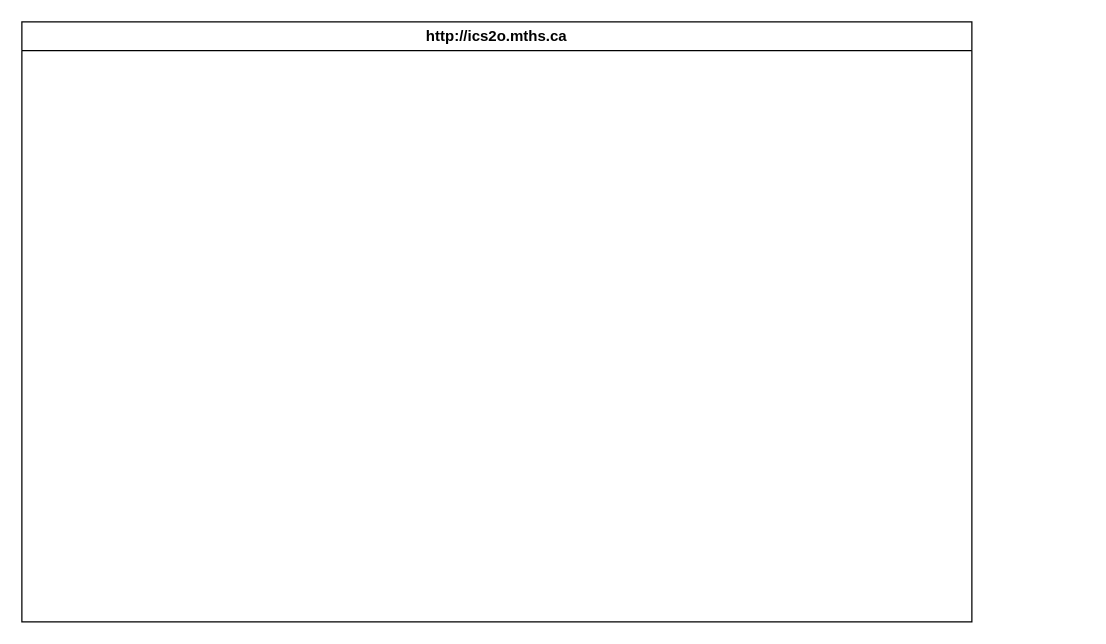
This is design/storyboard.drawio from MTHS-ICD2O-1-2023/ICD2O-Unit-3-01-kai-nguyen-4, a draw.io file, before an edit. Source tidied: cells renumbered, new cells numbered last; positions are measured from the earlier drawing's top-left corner, leaving out a move shared by most shapes. Both pictures are drawn from the tidied source at 125%, with x=0, y=0 at pixel (21, 21).
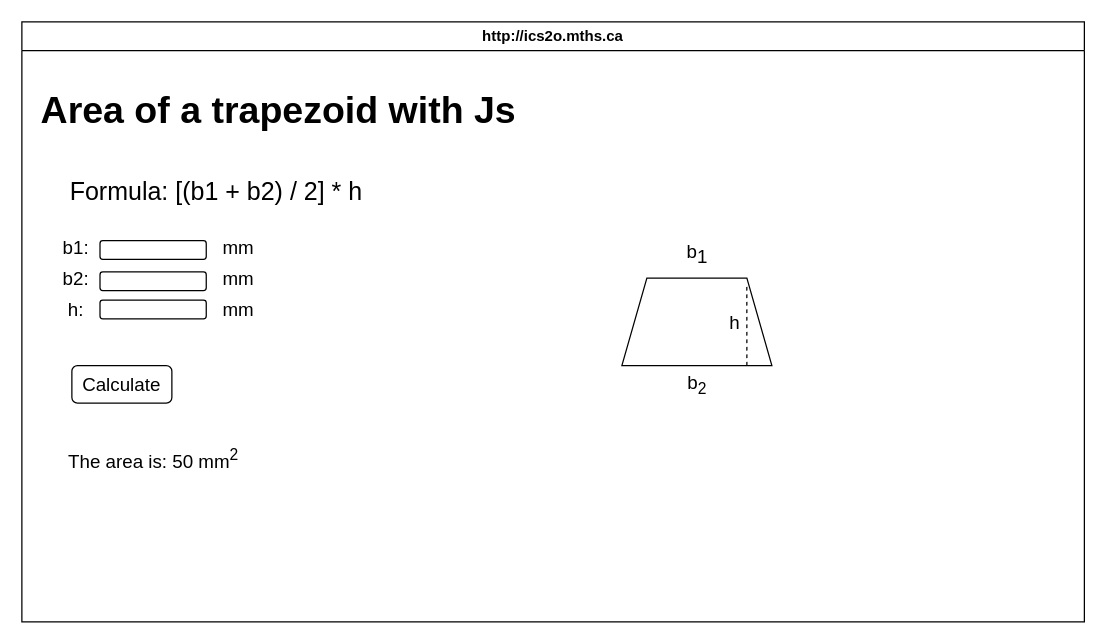
After the change.

Diff of the diagram source:
```diff
@@
     <mxCell id="2" value="http://ics2o.mths.ca" style="swimlane;whiteSpace=wrap;html=1;" parent="1" vertex="1">
-      <mxGeometry width="760" height="480" as="geometry" />
+      <mxGeometry width="850" height="480" as="geometry" />
     </mxCell>
+    <mxCell id="3" style="shape=trapezoid;perimeter=trapezoidPerimeter;whiteSpace=wrap;html=1;fixedSize=1;" parent="2" vertex="1">
+      <mxGeometry x="480" y="205" width="120" height="70" as="geometry" />
+    </mxCell>
+    <mxCell id="4" value="&lt;span style=&quot;font-size: 15px;&quot;&gt;b&lt;sub style=&quot;font-size: 15px;&quot;&gt;1&lt;/sub&gt;&lt;/span&gt;" style="text;html=1;align=center;verticalAlign=middle;strokeColor=none;fillColor=none;fontSize=15;" parent="2" vertex="1">
+      <mxGeometry x="520" y="165" width="40" height="40" as="geometry" />
+    </mxCell>
+    <mxCell id="5" value="b&lt;sub&gt;2&lt;/sub&gt;" style="text;html=1;align=center;verticalAlign=middle;strokeColor=none;fillColor=none;fontSize=15;" parent="2" vertex="1">
+      <mxGeometry x="520" y="275" width="40" height="30" as="geometry" />
+    </mxCell>
+    <mxCell id="6" style="endArrow=none;dashed=1;html=1;fontSize=15;entryX=0.833;entryY=0.071;entryDx=0;entryDy=0;entryPerimeter=0;" parent="2" edge="1" target="3">
+      <mxGeometry relative="1" as="geometry">
+        <mxPoint x="580" y="275" as="sourcePoint" />
+      </mxGeometry>
+    </mxCell>
+    <mxCell id="7" value="h" style="text;html=1;align=center;verticalAlign=middle;strokeColor=none;fillColor=none;fontSize=15;" parent="2" vertex="1">
+      <mxGeometry x="555" y="225" width="30" height="30" as="geometry" />
+    </mxCell>
+    <mxCell id="8" style="rounded=1;whiteSpace=wrap;html=1;fontSize=15;" parent="2" vertex="1">
+      <mxGeometry x="62.5" y="175" width="85" height="15" as="geometry" />
+    </mxCell>
+    <mxCell id="9" value="&lt;h1&gt;&lt;font style=&quot;font-size: 30px;&quot;&gt;Area of a trapezoid with Js&lt;/font&gt;&lt;/h1&gt;" style="text;html=1;align=center;verticalAlign=middle;strokeColor=none;fillColor=none;fontSize=15;" parent="2" vertex="1">
+      <mxGeometry x="5" y="25" width="400" height="90" as="geometry" />
+    </mxCell>
+    <mxCell id="10" value="Formula: [(b1 + b2) / 2] * h&lt;font style=&quot;font-size: 20px;&quot;&gt;&amp;nbsp;&lt;/font&gt;" style="text;html=1;align=center;verticalAlign=middle;strokeColor=none;fillColor=none;fontSize=20;" parent="2" vertex="1">
+      <mxGeometry x="22.5" y="115" width="270" height="40" as="geometry" />
+    </mxCell>
+    <mxCell id="11" value="b1:" style="text;html=1;align=center;verticalAlign=middle;strokeColor=none;fillColor=none;fontSize=15;" parent="2" vertex="1">
+      <mxGeometry x="22.5" y="165" width="40" height="30" as="geometry" />
+    </mxCell>
+    <mxCell id="12" value="mm" style="text;html=1;align=center;verticalAlign=middle;strokeColor=none;fillColor=none;fontSize=15;" parent="2" vertex="1">
+      <mxGeometry x="147.5" y="165" width="50" height="30" as="geometry" />
+    </mxCell>
+    <mxCell id="13" style="rounded=1;whiteSpace=wrap;html=1;fontSize=15;" parent="2" vertex="1">
+      <mxGeometry x="62.5" y="222.5" width="85" height="15" as="geometry" />
+    </mxCell>
+    <mxCell id="14" style="rounded=1;whiteSpace=wrap;html=1;fontSize=15;" parent="2" vertex="1">
+      <mxGeometry x="62.5" y="200" width="85" height="15" as="geometry" />
+    </mxCell>
+    <mxCell id="15" value="mm" style="text;html=1;align=center;verticalAlign=middle;strokeColor=none;fillColor=none;fontSize=15;" parent="2" vertex="1">
+      <mxGeometry x="147.5" y="215" width="50" height="30" as="geometry" />
+    </mxCell>
+    <mxCell id="16" value="mm" style="text;html=1;align=center;verticalAlign=middle;strokeColor=none;fillColor=none;fontSize=15;" parent="2" vertex="1">
+      <mxGeometry x="147.5" y="190" width="50" height="30" as="geometry" />
+    </mxCell>
+    <mxCell id="17" value="b2:" style="text;html=1;align=center;verticalAlign=middle;strokeColor=none;fillColor=none;fontSize=15;" parent="2" vertex="1">
+      <mxGeometry x="22.5" y="190" width="40" height="30" as="geometry" />
+    </mxCell>
+    <mxCell id="18" value="h:" style="text;html=1;align=center;verticalAlign=middle;strokeColor=none;fillColor=none;fontSize=15;" parent="2" vertex="1">
+      <mxGeometry x="22.5" y="215" width="40" height="30" as="geometry" />
+    </mxCell>
+    <mxCell id="19" value="Calculate" style="rounded=1;whiteSpace=wrap;html=1;fontSize=15;" parent="2" vertex="1">
+      <mxGeometry x="40" y="275" width="80" height="30" as="geometry" />
+    </mxCell>
+    <mxCell id="20" value="The area is: 50 mm&lt;sup&gt;2&lt;/sup&gt;" style="text;html=1;align=center;verticalAlign=middle;strokeColor=none;fillColor=none;fontSize=15;" parent="2" vertex="1">
+      <mxGeometry x="25" y="330" width="160" height="40" as="geometry" />
+    </mxCell>
```
